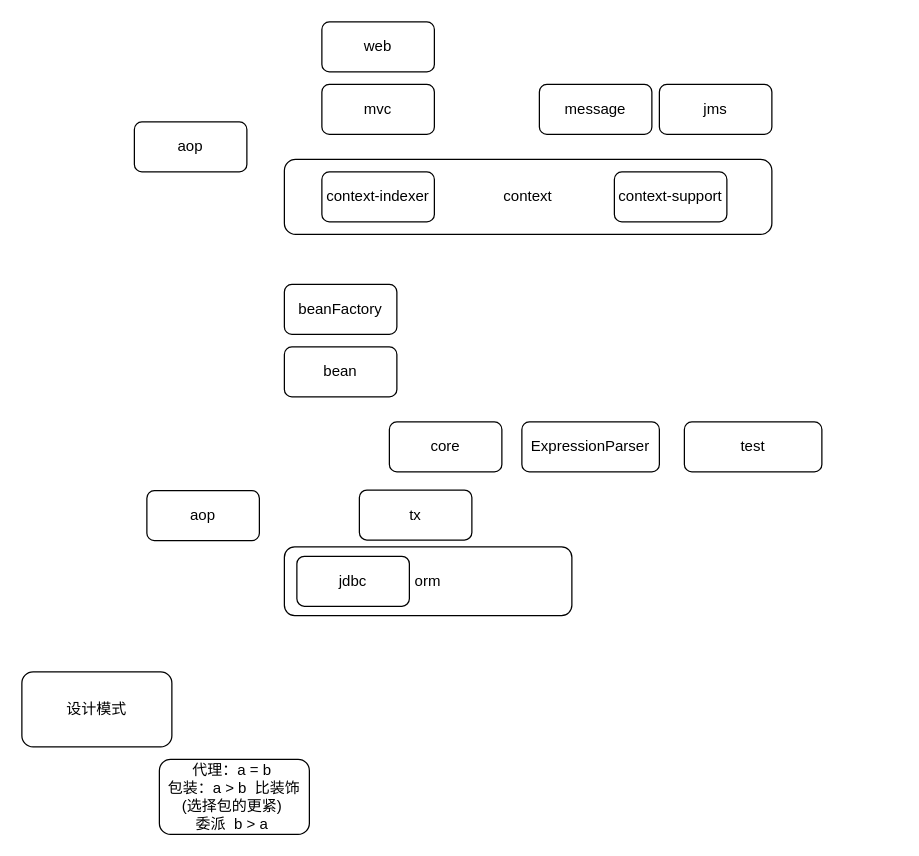
Earlier version of the draw.io diagram menus/springAll.drawio (Asamiyaa/microservice-k8s-yun). Source tidied: cells renumbered, new cells numbered last; positions are measured from the earlier drawing's top-left corner, leaving out a move shared by most shapes. Both pictures are drawn from the tidied source at 125%, with x=0, y=0 at pixel (21, 21).
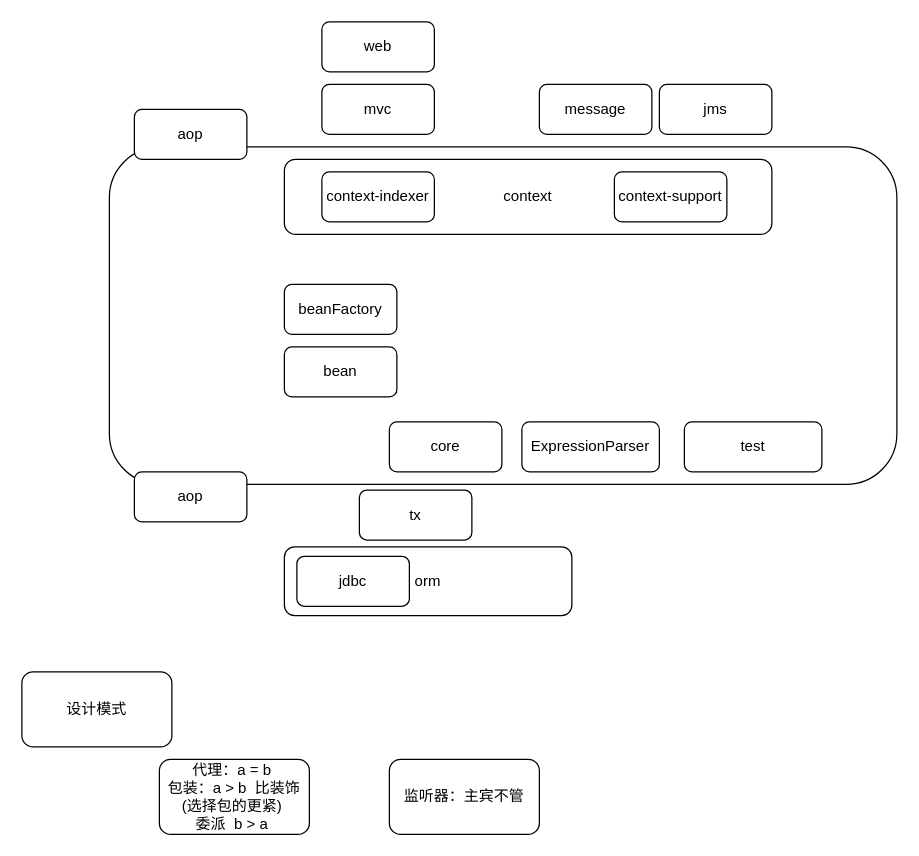
The same diagram, later.

The edit, as a diff of the source:
```diff
@@
+    <mxCell id="21" style="rounded=1;whiteSpace=wrap;html=1;" parent="1" vertex="1">
+      <mxGeometry x="70" y="100" width="630" height="270" as="geometry" />
+    </mxCell>
@@
     <mxCell id="17" value="aop" style="rounded=1;whiteSpace=wrap;html=1;" parent="1" vertex="1">
-      <mxGeometry x="90" y="80" width="90" height="40" as="geometry" />
+      <mxGeometry x="90" y="70" width="90" height="40" as="geometry" />
     </mxCell>
     <mxCell id="18" value="aop" style="rounded=1;whiteSpace=wrap;html=1;" parent="1" vertex="1">
-      <mxGeometry x="100" y="375" width="90" height="40" as="geometry" />
+      <mxGeometry x="90" y="360" width="90" height="40" as="geometry" />
     </mxCell>
@@
+    <mxCell id="22" value="监听器：主宾不管" style="rounded=1;whiteSpace=wrap;html=1;" parent="1" vertex="1">
+      <mxGeometry x="294" y="590" width="120" height="60" as="geometry" />
+    </mxCell>
```
